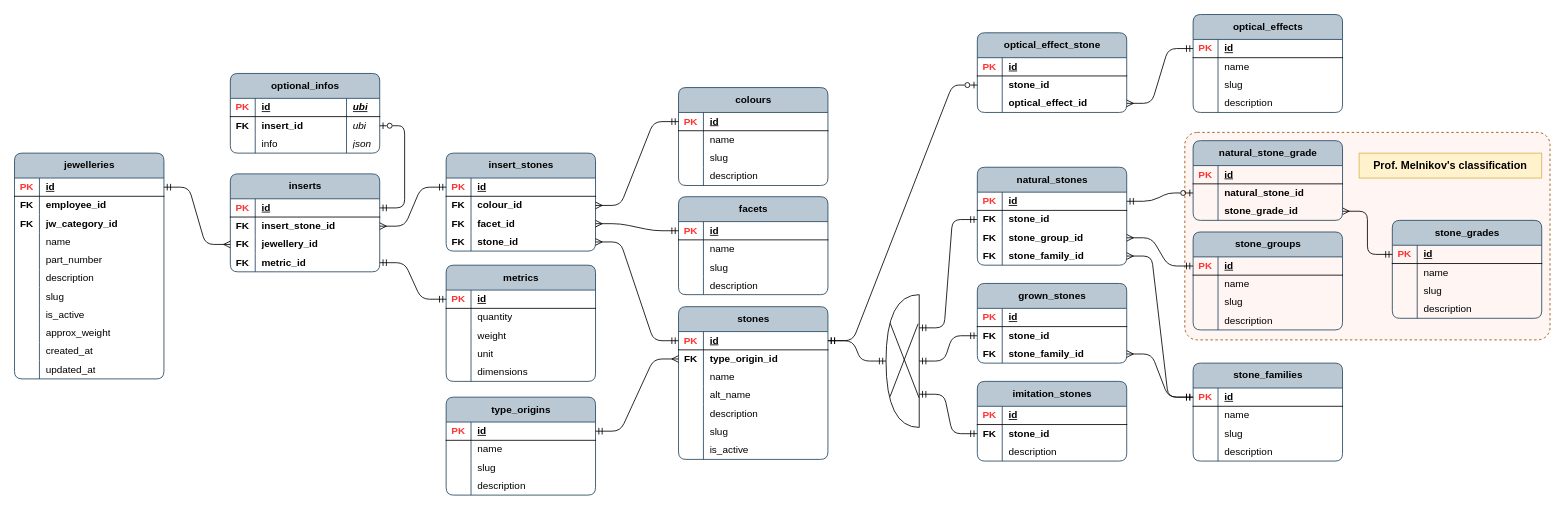
Before: page "psql_inserts" (2 of 13) of publisher/laravel-app/psql_jewellery_items.drawio in Local-development-environment/msg-brokers-publisher-consumer, a draw.io diagram. Source tidied: cells renumbered, new cells numbered last; positions are measured from the earlier drawing's top-left corner, leaving out a move shared by most shapes. Both pictures are drawn from the tidied source at 83%, with x=0, y=0 at pixel (14, 14).
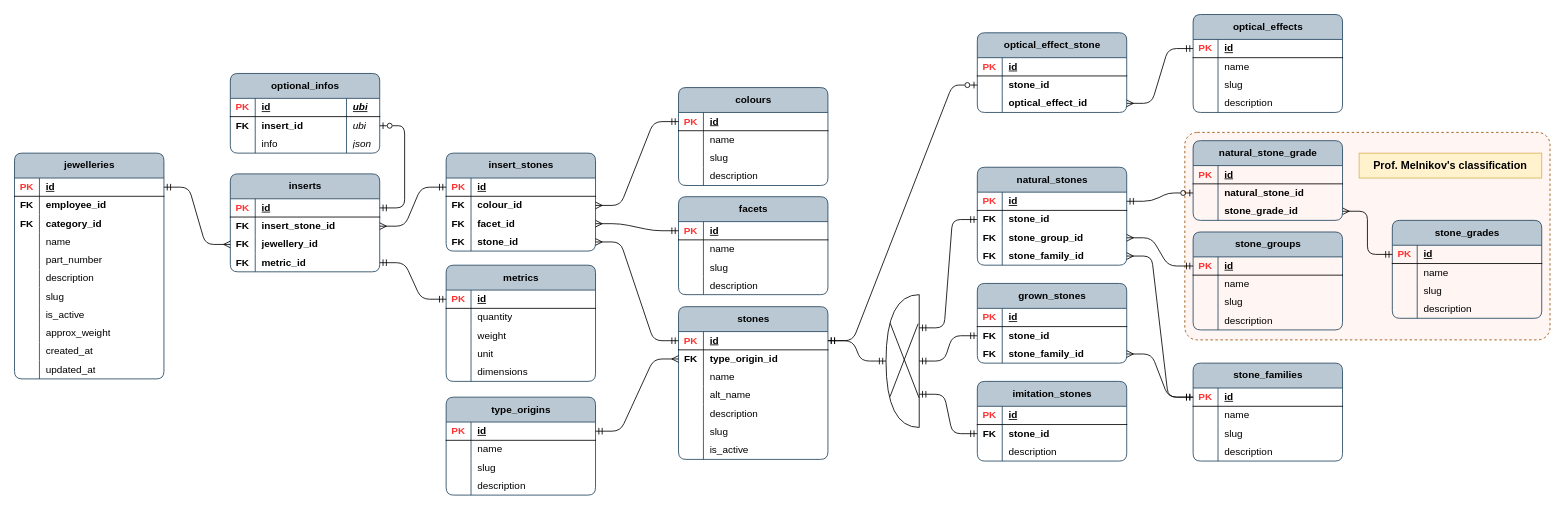
The same page after the edit.

The change refers to these unchanged cells:
```xml
<mxCell id="128" style="shape=tableRow;horizontal=0;startSize=0;swimlaneHead=0;swimlaneBody=0;fillColor=none;top=0;left=0;right=0;bottom=0;rounded=1;" parent="121" vertex="1">
  <mxGeometry y="74" width="180" height="22" as="geometry" />
</mxCell>
```

What changed in the source:
```diff
@@
-    <mxCell id="130" value="&lt;b&gt;jw_category_id&lt;/b&gt;" style="shape=partialRectangle;fillColor=none;top=0;left=0;bottom=0;right=0;align=left;spacingLeft=6;overflow=hidden;whiteSpace=wrap;html=1;rounded=1;" parent="128" vertex="1">
+    <mxCell id="130" value="&lt;b&gt;category_id&lt;/b&gt;" style="shape=partialRectangle;fillColor=none;top=0;left=0;bottom=0;right=0;align=left;spacingLeft=6;overflow=hidden;whiteSpace=wrap;html=1;rounded=1;" parent="128" vertex="1">
       <mxGeometry x="30" width="150" height="22" as="geometry" />
     </mxCell>
```
